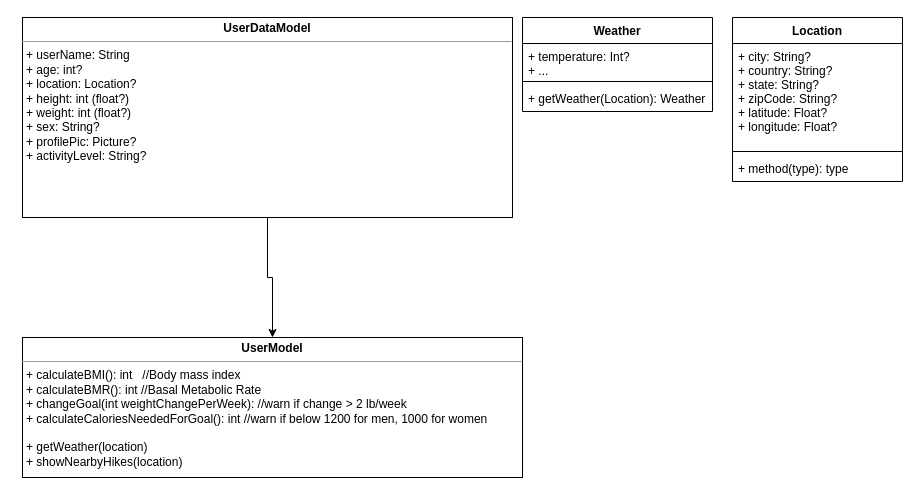
Above: ClassDiagram.drawio in qisi477/LifeStyleApp (draw.io), before the change. Source tidied: cells renumbered, new cells numbered last; positions are measured from the earlier drawing's top-left corner, leaving out a move shared by most shapes. Both pictures are drawn from the tidied source at 100%, with x=0, y=0 at pixel (22, 17).
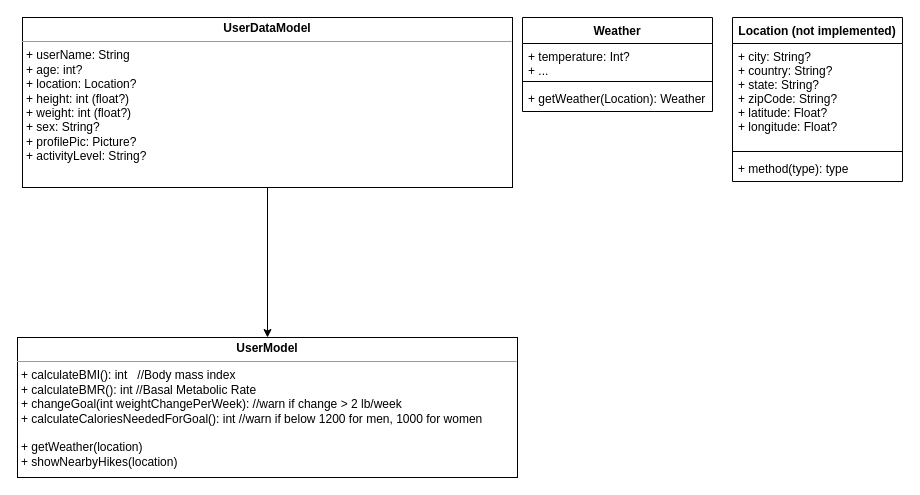
The same page after the edit.

What changed in the source:
```diff
@@
 <mxGraphModel>
   <root>
     <mxCell id="0" />
     <mxCell id="1" parent="0" />
     <mxCell id="2" style="edgeStyle=orthogonalEdgeStyle;rounded=0;jettySize=auto;html=1;exitX=0.5;exitY=1;exitDx=0;exitDy=0;entryX=0.5;entryY=0;entryDx=0;entryDy=0;" parent="1" edge="1" source="3" target="4">
       <mxGeometry relative="1" as="geometry" />
     </mxCell>
     <mxCell id="3" value="&lt;p style=&quot;margin: 0px ; margin-top: 4px ; text-align: center&quot;&gt;&lt;b&gt;UserDataModel&lt;/b&gt;&lt;/p&gt;&lt;hr size=&quot;1&quot;&gt;&lt;p style=&quot;margin: 0px ; margin-left: 4px&quot;&gt;+ userName: String&lt;/p&gt;&lt;p style=&quot;margin: 0px ; margin-left: 4px&quot;&gt;+ age: int?&lt;/p&gt;&lt;p style=&quot;margin: 0px ; margin-left: 4px&quot;&gt;+ location: Location?&lt;/p&gt;&lt;p style=&quot;margin: 0px ; margin-left: 4px&quot;&gt;+ height: int (float?)&lt;/p&gt;&lt;p style=&quot;margin: 0px ; margin-left: 4px&quot;&gt;+ weight: int (float?)&lt;/p&gt;&lt;p style=&quot;margin: 0px ; margin-left: 4px&quot;&gt;+ sex: String?&lt;/p&gt;&lt;p style=&quot;margin: 0px ; margin-left: 4px&quot;&gt;+ profilePic: Picture?&lt;/p&gt;&lt;p style=&quot;margin: 0px ; margin-left: 4px&quot;&gt;+ activityLevel: String?&lt;/p&gt;&lt;p style=&quot;margin: 0px ; margin-left: 4px&quot;&gt;&lt;br&gt;&lt;/p&gt;&lt;p style=&quot;margin: 0px ; margin-left: 4px&quot;&gt;&lt;br&gt;&lt;/p&gt;" style="verticalAlign=top;align=left;overflow=fill;fontSize=12;fontFamily=Helvetica;html=1;" parent="1" vertex="1">
-      <mxGeometry width="490" height="200" as="geometry" />
+      <mxGeometry width="490" height="170" as="geometry" />
     </mxCell>
     <mxCell id="4" value="&lt;p style=&quot;margin: 0px ; margin-top: 4px ; text-align: center&quot;&gt;&lt;b&gt;UserModel&lt;/b&gt;&lt;/p&gt;&lt;hr size=&quot;1&quot;&gt;&lt;p style=&quot;margin: 0px ; margin-left: 4px&quot;&gt;+ calculateBMI(): int&amp;nbsp; &amp;nbsp;//Body mass index&lt;/p&gt;&lt;p style=&quot;margin: 0px ; margin-left: 4px&quot;&gt;+ calculateBMR(): int //Basal Metabolic Rate&lt;/p&gt;&lt;p style=&quot;margin: 0px ; margin-left: 4px&quot;&gt;+ changeGoal(int weightChangePerWeek): //warn if change &amp;gt; 2 lb/week&lt;/p&gt;&lt;p style=&quot;margin: 0px ; margin-left: 4px&quot;&gt;+ calculateCaloriesNeededForGoal(): int //warn if below 1200 for men, 1000 for women&lt;/p&gt;&lt;p style=&quot;margin: 0px ; margin-left: 4px&quot;&gt;&lt;br&gt;&lt;/p&gt;&lt;p style=&quot;margin: 0px ; margin-left: 4px&quot;&gt;+ getWeather(location)&lt;/p&gt;&lt;p style=&quot;margin: 0px ; margin-left: 4px&quot;&gt;+ showNearbyHikes(location)&lt;/p&gt;&lt;p style=&quot;margin: 0px ; margin-left: 4px&quot;&gt;&lt;br&gt;&lt;/p&gt;" style="verticalAlign=top;align=left;overflow=fill;fontSize=12;fontFamily=Helvetica;html=1;" parent="1" vertex="1">
-      <mxGeometry y="320" width="500" height="140" as="geometry" />
+      <mxGeometry x="-5" y="320" width="500" height="140" as="geometry" />
     </mxCell>
-    <mxCell id="5" value="Location" style="swimlane;fontStyle=1;align=center;verticalAlign=top;horizontal=1;startSize=26;" parent="1" vertex="1">
+    <mxCell id="5" value="Location (not implemented)" style="swimlane;fontStyle=1;align=center;verticalAlign=top;horizontal=1;startSize=26;" parent="1" vertex="1">
       <mxGeometry x="710" width="170" height="164" as="geometry" />
     </mxCell>
     <mxCell id="6" value="+ city: String?&#10;+ country: String?&#10;+ state: String?&#10;+ zipCode: String?&#10;+ latitude: Float?&#10;+ longitude: Float?" style="text;strokeColor=none;fillColor=none;align=left;verticalAlign=top;spacingLeft=4;spacingRight=4;overflow=hidden;" parent="5" vertex="1">
       <mxGeometry y="26" width="170" height="104" as="geometry" />
     </mxCell>
     <mxCell id="7" style="line;strokeWidth=1;fillColor=none;align=left;verticalAlign=middle;spacingTop=-1;spacingLeft=3;spacingRight=3;labelPosition=right;" parent="5" vertex="1">
       <mxGeometry y="130" width="170" height="8" as="geometry" />
     </mxCell>
     <mxCell id="8" value="+ method(type): type" style="text;strokeColor=none;fillColor=none;align=left;verticalAlign=top;spacingLeft=4;spacingRight=4;overflow=hidden;" parent="5" vertex="1">
       <mxGeometry y="138" width="170" height="26" as="geometry" />
     </mxCell>
     <mxCell id="9" value="Weather" style="swimlane;fontStyle=1;align=center;verticalAlign=top;horizontal=1;startSize=26;" parent="1" vertex="1">
       <mxGeometry x="500" width="190" height="94" as="geometry" />
     </mxCell>
     <mxCell id="10" value="+ temperature: Int?&#10;+ ..." style="text;strokeColor=none;fillColor=none;align=left;verticalAlign=top;spacingLeft=4;spacingRight=4;overflow=hidden;" parent="9" vertex="1">
       <mxGeometry y="26" width="190" height="34" as="geometry" />
     </mxCell>
     <mxCell id="11" style="line;strokeWidth=1;fillColor=none;align=left;verticalAlign=middle;spacingTop=-1;spacingLeft=3;spacingRight=3;labelPosition=right;" parent="9" vertex="1">
       <mxGeometry y="60" width="190" height="8" as="geometry" />
     </mxCell>
     <mxCell id="12" value="+ getWeather(Location): Weather" style="text;strokeColor=none;fillColor=none;align=left;verticalAlign=top;spacingLeft=4;spacingRight=4;overflow=hidden;" parent="9" vertex="1">
       <mxGeometry y="68" width="190" height="26" as="geometry" />
     </mxCell>
   </root>
 </mxGraphModel>
```
